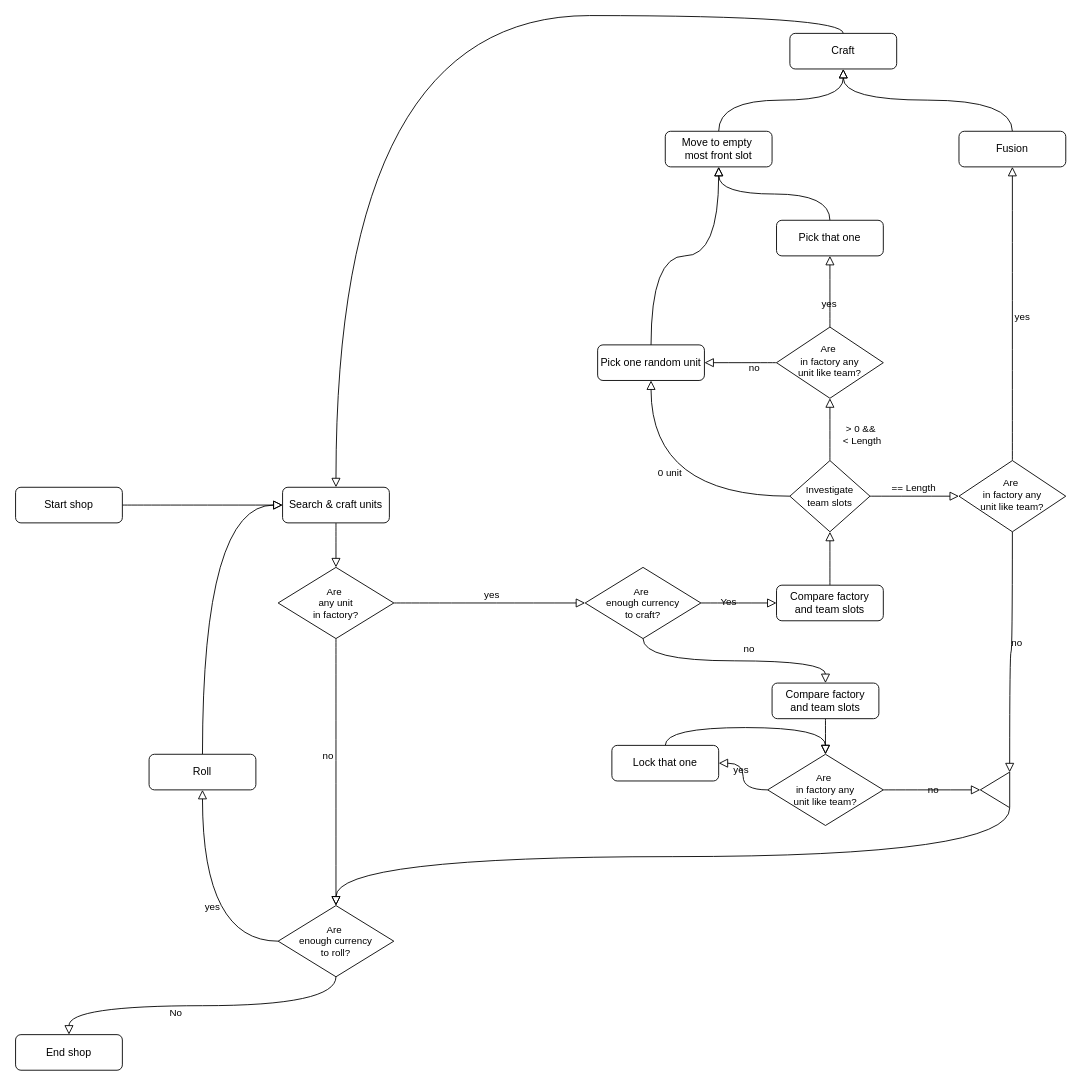
Before: Documents/Autobot_AI_v1.drawio in letusgetLogic/Autobot, a draw.io diagram. Source tidied: cells renumbered, new cells numbered last; positions are measured from the earlier drawing's top-left corner, leaving out a move shared by most shapes. Both pictures are drawn from the tidied source at 89%, with x=0, y=0 at pixel (15, 33).
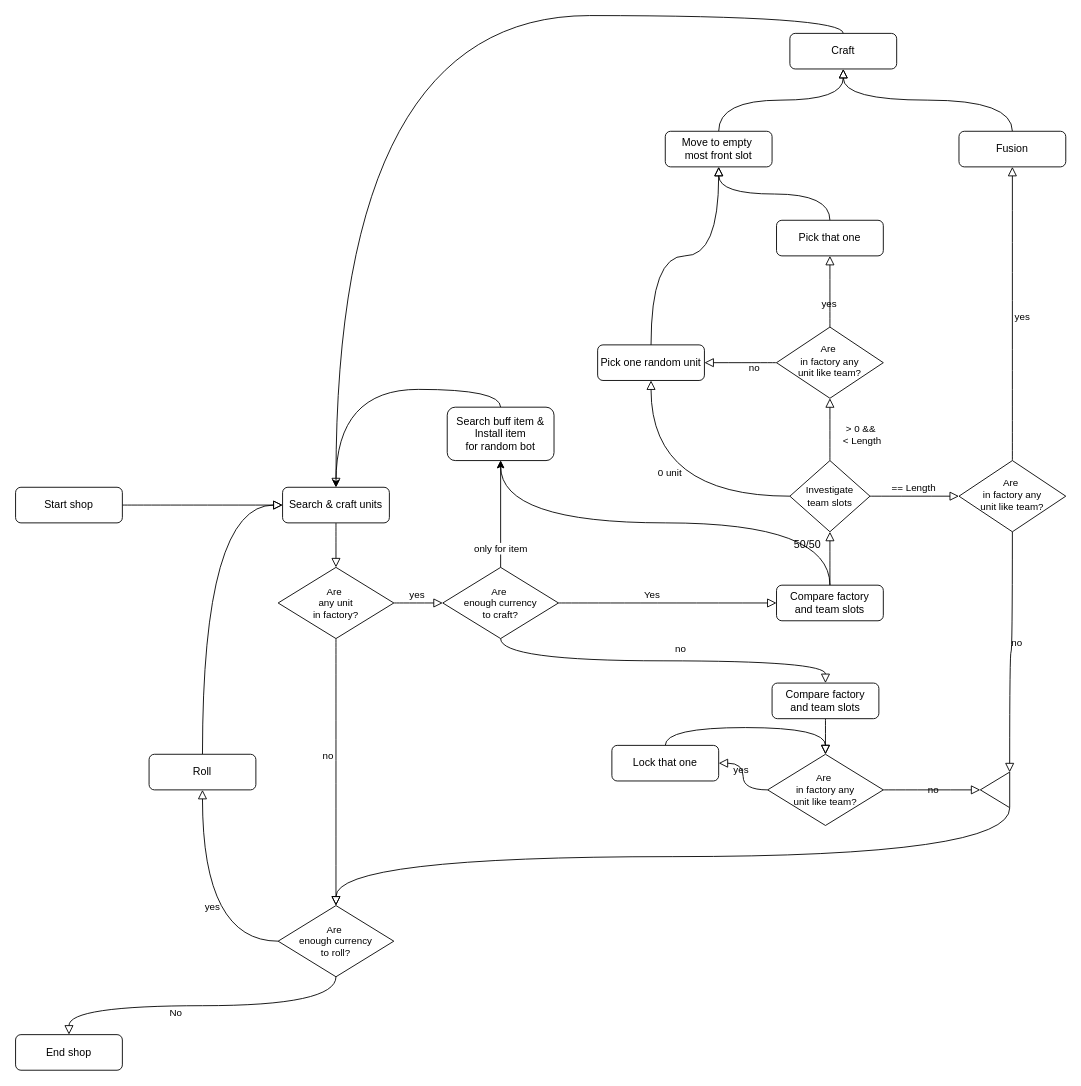
After the change.

The change refers to these unchanged cells:
```xml
<mxCell id="5" value="Search &amp;amp; craft units" style="rounded=1;whiteSpace=wrap;html=1;fontSize=12;glass=0;strokeWidth=1;shadow=0;" parent="1" vertex="1">
  <mxGeometry x="300" y="510" width="120" height="40" as="geometry" />
</mxCell>
<mxCell id="6" style="edgeStyle=orthogonalEdgeStyle;shape=connector;curved=1;rounded=0;jettySize=auto;html=1;exitX=1;exitY=0.5;exitDx=0;exitDy=0;entryX=0;entryY=0.5;entryDx=0;entryDy=0;shadow=0;strokeColor=default;strokeWidth=1;align=center;verticalAlign=middle;fontFamily=Helvetica;fontSize=11;fontColor=default;labelBackgroundColor=none;endArrow=block;endFill=0;endSize=8;" parent="1" edge="1" source="12" target="41">
  <mxGeometry relative="1" as="geometry" />
</mxCell>
<mxCell id="41" value="Compare factory&lt;div&gt;and team slots&lt;/div&gt;" style="rounded=1;whiteSpace=wrap;html=1;fontSize=12;glass=0;strokeWidth=1;shadow=0;" parent="1" vertex="1">
  <mxGeometry x="855" y="620" width="120" height="40" as="geometry" />
</mxCell>
```

Diff of the diagram source:
```diff
@@
     <mxCell id="7" value="Yes" style="edgeLabel;html=1;align=center;verticalAlign=middle;fontFamily=Helvetica;fontSize=11;fontColor=default;labelBackgroundColor=none;" parent="6" vertex="1">
       <mxGeometry x="-0.02" relative="1" as="geometry">
-        <mxPoint x="-12" y="-2" as="offset" />
+        <mxPoint x="-16" y="-10" as="offset" />
       </mxGeometry>
     </mxCell>
@@
+    <mxCell id="64" style="edgeStyle=orthogonalEdgeStyle;rounded=0;jettySize=auto;html=1;exitX=0.5;exitY=0;exitDx=0;exitDy=0;entryX=0.5;entryY=1;entryDx=0;entryDy=0;" parent="1" edge="1" source="12" target="69">
+      <mxGeometry relative="1" as="geometry" />
+    </mxCell>
+    <mxCell id="65" value="only for item" style="edgeLabel;html=1;align=center;verticalAlign=middle;" parent="64" vertex="1">
+      <mxGeometry x="-0.63" y="1" relative="1" as="geometry" />
+    </mxCell>
     <mxCell id="12" value="Are&amp;nbsp;&lt;div&gt;enough&amp;nbsp;&lt;span style=&quot;background-color: transparent; color: light-dark(rgb(0, 0, 0), rgb(255, 255, 255));&quot;&gt;currency&lt;/span&gt;&lt;/div&gt;&lt;div&gt;to craft?&lt;/div&gt;" style="rhombus;whiteSpace=wrap;html=1;fontFamily=Helvetica;fontSize=11;fontColor=default;labelBackgroundColor=none;" parent="1" vertex="1">
-      <mxGeometry x="640" y="600" width="130" height="80" as="geometry" />
+      <mxGeometry x="480" y="600" width="130" height="80" as="geometry" />
     </mxCell>
@@
+    <mxCell id="66" style="edgeStyle=orthogonalEdgeStyle;rounded=1;jettySize=auto;html=1;exitX=0.5;exitY=0;exitDx=0;exitDy=0;entryX=0.5;entryY=1;entryDx=0;entryDy=0;curved=1;" parent="1" edge="1" source="41" target="69">
+      <mxGeometry relative="1" as="geometry" />
+    </mxCell>
@@
+    <mxCell id="67" value="50/50" style="text;html=1;whiteSpace=wrap;strokeColor=none;fillColor=none;align=center;verticalAlign=middle;rounded=0;" parent="1" vertex="1">
+      <mxGeometry x="860" y="560" width="60" height="30" as="geometry" />
+    </mxCell>
+    <mxCell id="68" style="edgeStyle=orthogonalEdgeStyle;rounded=0;jettySize=auto;html=1;exitX=0.5;exitY=0;exitDx=0;exitDy=0;entryX=0.5;entryY=0;entryDx=0;entryDy=0;curved=1;" parent="1" edge="1" source="69" target="5">
+      <mxGeometry relative="1" as="geometry" />
+    </mxCell>
+    <mxCell id="69" value="Search buff item &amp;amp; Install item&lt;div&gt;for random bot&lt;/div&gt;" style="rounded=1;whiteSpace=wrap;html=1;" parent="1" vertex="1">
+      <mxGeometry x="485" y="420" width="120" height="60" as="geometry" />
+    </mxCell>
```
